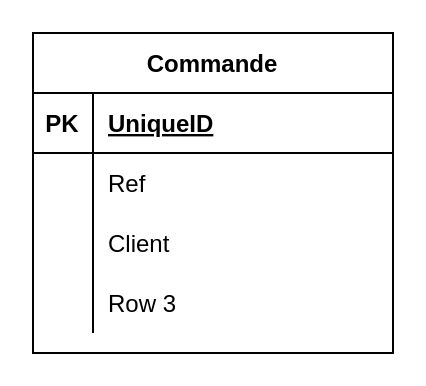
The draw.io diagram logistics database.drawio in hbenflouka/diagrames, before the edit. Source tidied: cells renumbered, new cells numbered last; positions are measured from the earlier drawing's top-left corner, leaving out a move shared by most shapes. Both pictures are drawn from the tidied source at 200%, with x=0, y=0 at pixel (32, 32).
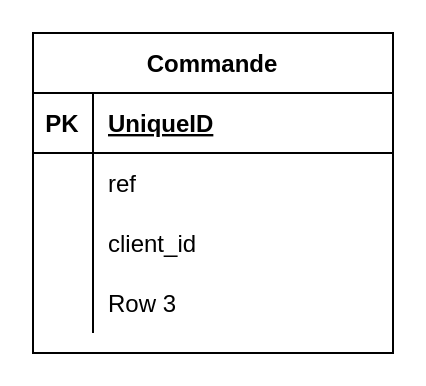
The same page after the edit.

Change to the diagram source:
```diff
@@
 <mxGraphModel>
   <root>
     <mxCell id="0" />
     <mxCell id="1" parent="0" />
     <mxCell id="2" value="Commande" style="shape=table;startSize=30;childLayout=tableLayout;rowLines=0;fontStyle=1;align=center;" parent="1" vertex="1">
       <mxGeometry width="180" height="160" as="geometry" />
     </mxCell>
     <mxCell id="3" style="shape=tableRow;horizontal=0;startSize=0;swimlaneHead=0;swimlaneBody=0;fillColor=none;top=0;left=0;right=0;bottom=1;" parent="2" vertex="1">
       <mxGeometry y="30" width="180" height="30" as="geometry" />
     </mxCell>
     <mxCell id="4" value="PK" style="shape=partialRectangle;fillColor=none;top=0;left=0;bottom=0;right=0;fontStyle=1;overflow=hidden;" parent="3" vertex="1">
       <mxGeometry width="30" height="30" as="geometry" />
     </mxCell>
     <mxCell id="5" value="UniqueID" style="shape=partialRectangle;fillColor=none;top=0;left=0;bottom=0;right=0;align=left;spacingLeft=6;fontStyle=5;overflow=hidden;" parent="3" vertex="1">
       <mxGeometry x="30" width="150" height="30" as="geometry" />
     </mxCell>
     <mxCell id="6" style="shape=tableRow;horizontal=0;startSize=0;swimlaneHead=0;swimlaneBody=0;fillColor=none;top=0;left=0;right=0;bottom=0;" parent="2" vertex="1">
       <mxGeometry y="60" width="180" height="30" as="geometry" />
     </mxCell>
     <mxCell id="7" style="shape=partialRectangle;fillColor=none;top=0;left=0;bottom=0;right=0;overflow=hidden;" parent="6" vertex="1">
       <mxGeometry width="30" height="30" as="geometry" />
     </mxCell>
-    <mxCell id="8" value="Ref" style="shape=partialRectangle;fillColor=none;top=0;left=0;bottom=0;right=0;align=left;spacingLeft=6;overflow=hidden;" parent="6" vertex="1">
+    <mxCell id="8" value="ref" style="shape=partialRectangle;fillColor=none;top=0;left=0;bottom=0;right=0;align=left;spacingLeft=6;overflow=hidden;" parent="6" vertex="1">
       <mxGeometry x="30" width="150" height="30" as="geometry" />
     </mxCell>
     <mxCell id="9" style="shape=tableRow;horizontal=0;startSize=0;swimlaneHead=0;swimlaneBody=0;fillColor=none;top=0;left=0;right=0;bottom=0;" parent="2" vertex="1">
       <mxGeometry y="90" width="180" height="30" as="geometry" />
     </mxCell>
     <mxCell id="10" style="shape=partialRectangle;fillColor=none;top=0;left=0;bottom=0;right=0;overflow=hidden;" parent="9" vertex="1">
       <mxGeometry width="30" height="30" as="geometry" />
     </mxCell>
-    <mxCell id="11" value="Client" style="shape=partialRectangle;fillColor=none;top=0;left=0;bottom=0;right=0;align=left;spacingLeft=6;overflow=hidden;" parent="9" vertex="1">
+    <mxCell id="11" value="client_id" style="shape=partialRectangle;fillColor=none;top=0;left=0;bottom=0;right=0;align=left;spacingLeft=6;overflow=hidden;" parent="9" vertex="1">
       <mxGeometry x="30" width="150" height="30" as="geometry" />
     </mxCell>
     <mxCell id="12" style="shape=tableRow;horizontal=0;startSize=0;swimlaneHead=0;swimlaneBody=0;fillColor=none;top=0;left=0;right=0;bottom=0;" parent="2" vertex="1">
       <mxGeometry y="120" width="180" height="30" as="geometry" />
     </mxCell>
     <mxCell id="13" style="shape=partialRectangle;fillColor=none;top=0;left=0;bottom=0;right=0;overflow=hidden;" parent="12" vertex="1">
       <mxGeometry width="30" height="30" as="geometry" />
     </mxCell>
     <mxCell id="14" value="Row 3" style="shape=partialRectangle;fillColor=none;top=0;left=0;bottom=0;right=0;align=left;spacingLeft=6;overflow=hidden;" parent="12" vertex="1">
       <mxGeometry x="30" width="150" height="30" as="geometry" />
     </mxCell>
   </root>
 </mxGraphModel>
```
